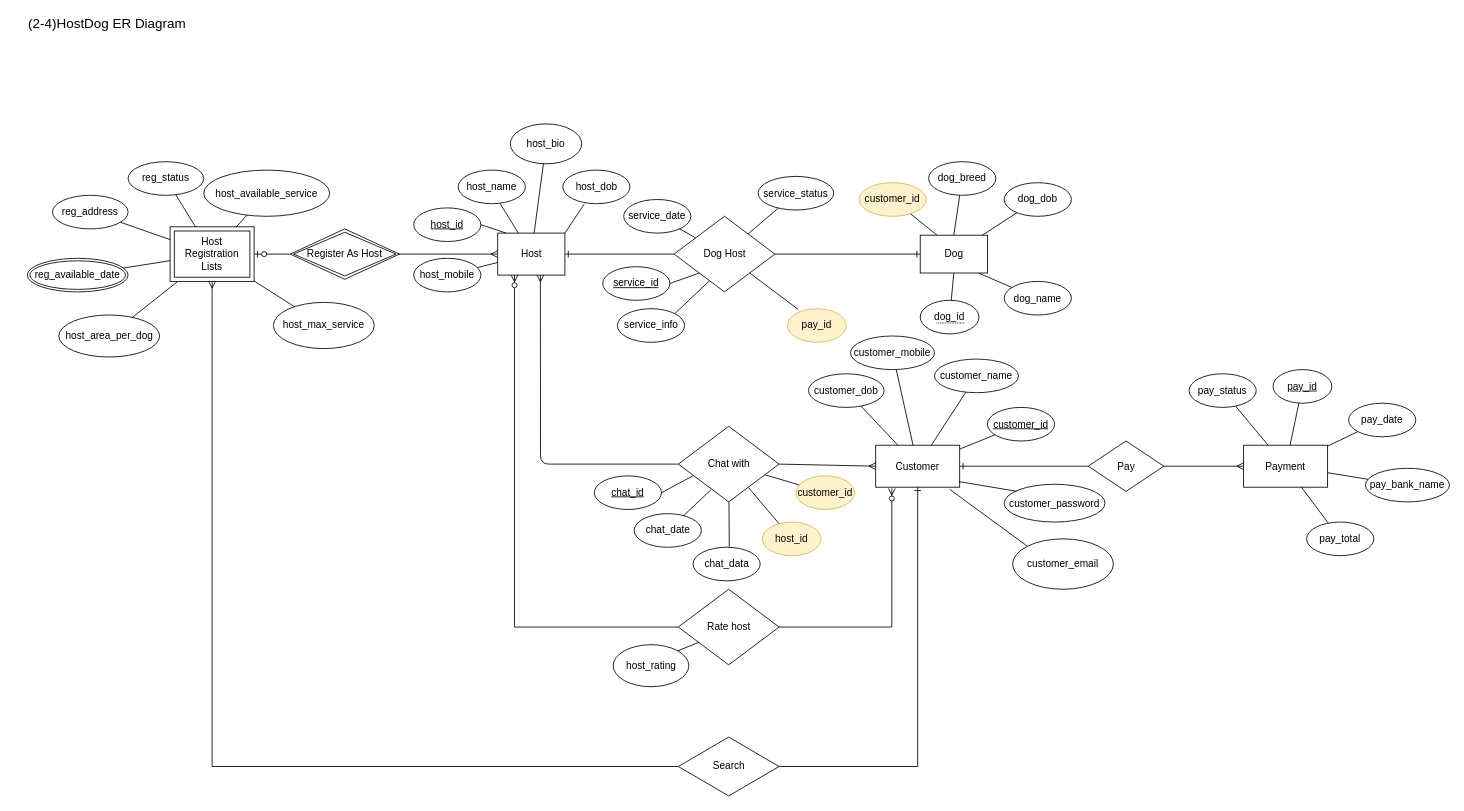
Before: page "Copy of Page-1" (2 of 2) of ProjectProcesses/HostDog_6ERD/ERD.drawio in Hostdogs/Project_Hostdog, a draw.io diagram. Source tidied: cells renumbered, new cells numbered last; positions are measured from the earlier drawing's top-left corner, leaving out a move shared by most shapes. Both pictures are drawn from the tidied source at 84%, with x=0, y=0 at pixel (14, 14).
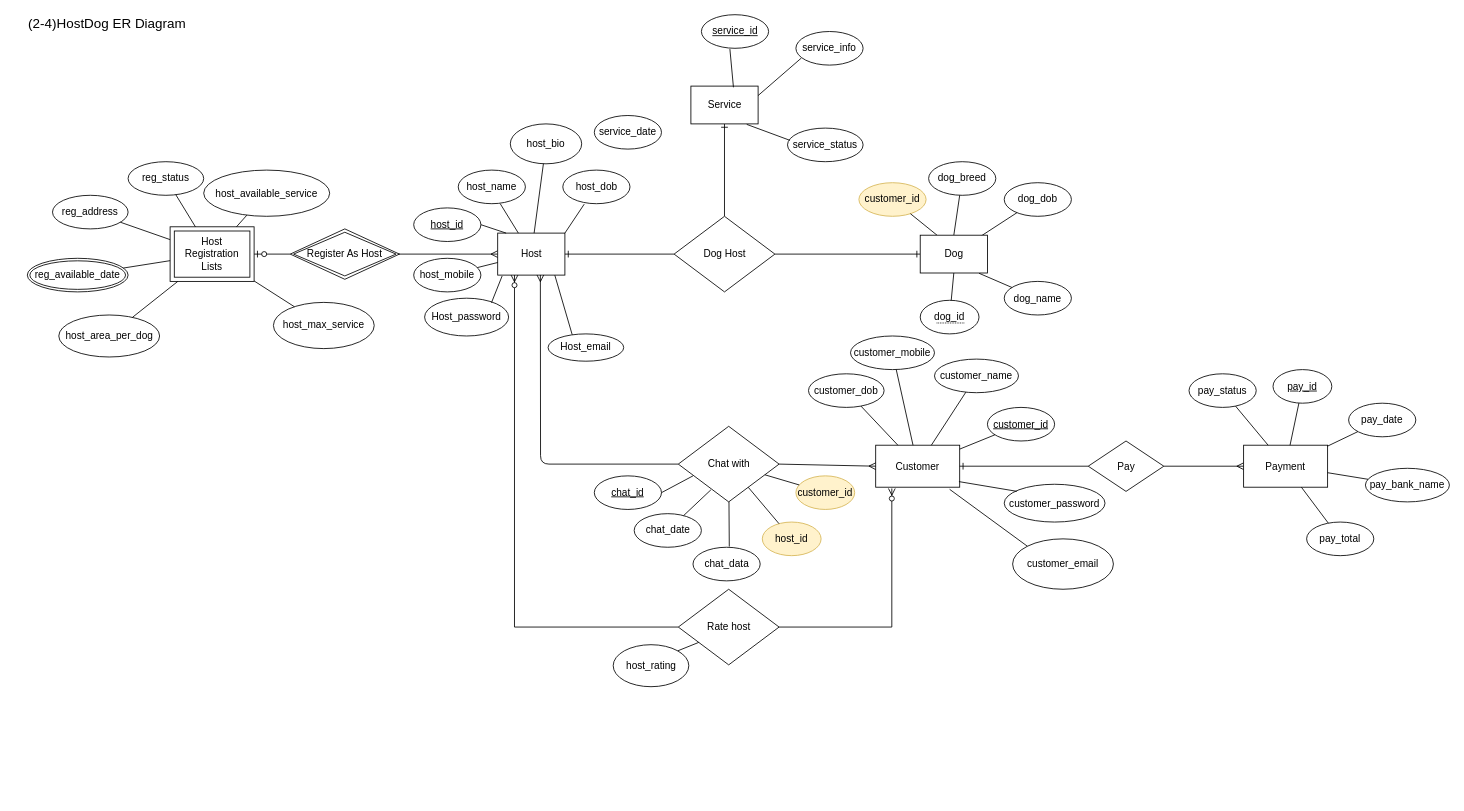
The same diagram, later.

The change refers to these unchanged cells:
```xml
<mxCell id="4" value="Host" style="html=1;dashed=0;whitespace=wrap;" parent="1" vertex="1">
  <mxGeometry x="575" y="260" width="80" height="50" as="geometry" />
</mxCell>
<mxCell id="6" value="Dog Host" style="shape=rhombus;html=1;dashed=0;whitespace=wrap;perimeter=rhombusPerimeter;" parent="1" vertex="1">
  <mxGeometry x="785" y="240" width="120" height="90" as="geometry" />
</mxCell>
<mxCell id="8" value="Customer" style="whiteSpace=wrap;html=1;dashed=0;" parent="1" vertex="1">
  <mxGeometry x="1025" y="512.5" width="100" height="50" as="geometry" />
</mxCell>
<mxCell id="23" value="Host Registration&lt;br&gt;Lists" style="shape=ext;margin=3;double=1;whiteSpace=wrap;html=1;align=center;" parent="1" vertex="1">
  <mxGeometry x="185" y="252.5" width="100" height="65" as="geometry" />
</mxCell>
```

Diff of the diagram source:
```diff
@@
+    <mxCell id="102" style="edgeStyle=orthogonalEdgeStyle;rounded=0;jettySize=auto;html=1;entryX=0.5;entryY=1;entryDx=0;entryDy=0;startArrow=none;startFill=0;endArrow=ERone;endFill=0;" parent="1" edge="1" source="6" target="107">
+      <mxGeometry relative="1" as="geometry" />
+    </mxCell>
@@
-    <mxCell id="7" style="edgeStyle=orthogonalEdgeStyle;rounded=0;jettySize=auto;html=1;entryX=1;entryY=0.5;entryDx=0;entryDy=0;startArrow=ERone;startFill=0;endArrow=none;endFill=0;" parent="1" edge="1" source="8" target="100">
-      <mxGeometry relative="1" as="geometry">
-        <Array as="points">
-          <mxPoint x="1075" y="895" />
-        </Array>
-      </mxGeometry>
-    </mxCell>
@@
-    <mxCell id="26" value="&lt;u&gt;service_id&lt;/u&gt;" style="ellipse;whiteSpace=wrap;html=1;align=center;" parent="1" vertex="1">
-      <mxGeometry x="700" y="300" width="80" height="40" as="geometry" />
-    </mxCell>
-    <mxCell id="27" value="service_info" style="ellipse;whiteSpace=wrap;html=1;align=center;" parent="1" vertex="1">
-      <mxGeometry x="717.5" y="350" width="80" height="40" as="geometry" />
-    </mxCell>
@@
-    <mxCell id="35" value="pay_id" style="ellipse;whiteSpace=wrap;html=1;align=center;fillColor=#fff2cc;strokeColor=#d6b656;" parent="1" vertex="1">
-      <mxGeometry x="920" y="350" width="70" height="40" as="geometry" />
-    </mxCell>
@@
     <mxCell id="45" value="service_date" style="ellipse;whiteSpace=wrap;html=1;align=center;" parent="1" vertex="1">
-      <mxGeometry x="725" y="220" width="80" height="40" as="geometry" />
+      <mxGeometry x="690" y="120" width="80" height="40" as="geometry" />
     </mxCell>
     <mxCell id="46" value="service_status" style="ellipse;whiteSpace=wrap;html=1;align=center;" parent="1" vertex="1">
-      <mxGeometry x="885" y="192.5" width="90" height="40" as="geometry" />
+      <mxGeometry x="920" y="135" width="90" height="40" as="geometry" />
     </mxCell>
@@
-    <mxCell id="53" style="endArrow=none;html=1;" parent="1" edge="1" source="6" target="45">
-      <mxGeometry relative="1" as="geometry" />
-    </mxCell>
-    <mxCell id="54" style="endArrow=none;html=1;entryX=0;entryY=1;entryDx=0;entryDy=0;exitX=1;exitY=0.5;exitDx=0;exitDy=0;" parent="1" edge="1" source="26" target="6">
-      <mxGeometry relative="1" as="geometry" />
-    </mxCell>
-    <mxCell id="55" style="endArrow=none;html=1;exitX=1;exitY=0;exitDx=0;exitDy=0;entryX=0.352;entryY=0.852;entryDx=0;entryDy=0;entryPerimeter=0;" parent="1" edge="1" source="27" target="6">
-      <mxGeometry relative="1" as="geometry" />
-    </mxCell>
-    <mxCell id="56" style="endArrow=none;html=1;exitX=0.179;exitY=0.017;exitDx=0;exitDy=0;exitPerimeter=0;" parent="1" edge="1" source="35" target="6">
-      <mxGeometry relative="1" as="geometry" />
-    </mxCell>
@@
-    <mxCell id="68" style="endArrow=none;html=1;" parent="1" edge="1" source="6" target="46">
-      <mxGeometry relative="1" as="geometry" />
-    </mxCell>
@@
-    <mxCell id="99" style="edgeStyle=orthogonalEdgeStyle;rounded=0;jettySize=auto;html=1;entryX=0.5;entryY=1;entryDx=0;entryDy=0;startArrow=none;startFill=0;endArrow=ERmany;endFill=0;" parent="1" edge="1" source="100" target="23">
-      <mxGeometry relative="1" as="geometry" />
-    </mxCell>
-    <mxCell id="100" value="Search" style="shape=rhombus;html=1;dashed=0;whitespace=wrap;perimeter=rhombusPerimeter;" parent="1" vertex="1">
-      <mxGeometry x="790" y="860" width="120" height="70" as="geometry" />
-    </mxCell>
@@
+    <mxCell id="103" value="Host_password" style="ellipse;whiteSpace=wrap;html=1;" parent="1" vertex="1">
+      <mxGeometry x="488" y="337.5" width="100" height="45" as="geometry" />
+    </mxCell>
+    <mxCell id="104" value="&lt;span id=&quot;docs-internal-guid-3e81bcba-7fff-f8fd-df1f-2f7f9c384fce&quot;&gt;&lt;span style=&quot;font-size: 9pt ; font-family: &amp;#34;arial&amp;#34; ; vertical-align: baseline&quot;&gt;Host_email&lt;/span&gt;&lt;/span&gt;" style="ellipse;whiteSpace=wrap;html=1;" parent="1" vertex="1">
+      <mxGeometry x="635" y="380" width="90" height="32.5" as="geometry" />
+    </mxCell>
+    <mxCell id="105" style="endArrow=none;html=1;exitX=0.796;exitY=0.119;exitDx=0;exitDy=0;exitPerimeter=0;entryX=0.066;entryY=1.021;entryDx=0;entryDy=0;entryPerimeter=0;" parent="1" edge="1" source="103" target="4">
+      <mxGeometry relative="1" as="geometry" />
+    </mxCell>
+    <mxCell id="106" style="endArrow=none;html=1;exitX=0.319;exitY=0.03;exitDx=0;exitDy=0;exitPerimeter=0;entryX=0.85;entryY=1.003;entryDx=0;entryDy=0;entryPerimeter=0;" parent="1" edge="1" source="104" target="4">
+      <mxGeometry relative="1" as="geometry" />
+    </mxCell>
+    <mxCell id="107" value="Service" style="html=1;dashed=0;whitespace=wrap;" parent="1" vertex="1">
+      <mxGeometry x="805" y="85" width="80" height="45" as="geometry" />
+    </mxCell>
+    <mxCell id="26" value="&lt;u&gt;service_id&lt;/u&gt;" style="ellipse;whiteSpace=wrap;html=1;align=center;" parent="1" vertex="1">
+      <mxGeometry x="817.5" width="80" height="40" as="geometry" />
+    </mxCell>
+    <mxCell id="27" value="service_info" style="ellipse;whiteSpace=wrap;html=1;align=center;" parent="1" vertex="1">
+      <mxGeometry x="930" y="20" width="80" height="40" as="geometry" />
+    </mxCell>
+    <mxCell id="108" style="endArrow=none;html=1;entryX=0.424;entryY=1.023;entryDx=0;entryDy=0;entryPerimeter=0;exitX=0.633;exitY=0.032;exitDx=0;exitDy=0;exitPerimeter=0;" parent="1" edge="1" source="107" target="26">
+      <mxGeometry relative="1" as="geometry" />
+    </mxCell>
+    <mxCell id="109" style="endArrow=none;html=1;entryX=0.081;entryY=0.791;entryDx=0;entryDy=0;entryPerimeter=0;exitX=1;exitY=0.25;exitDx=0;exitDy=0;" parent="1" edge="1" source="107" target="27">
+      <mxGeometry relative="1" as="geometry" />
+    </mxCell>
+    <mxCell id="110" style="endArrow=none;html=1;entryX=0.831;entryY=1.013;entryDx=0;entryDy=0;entryPerimeter=0;exitX=0.032;exitY=0.364;exitDx=0;exitDy=0;exitPerimeter=0;" parent="1" edge="1" source="46" target="107">
+      <mxGeometry relative="1" as="geometry" />
+    </mxCell>
```
